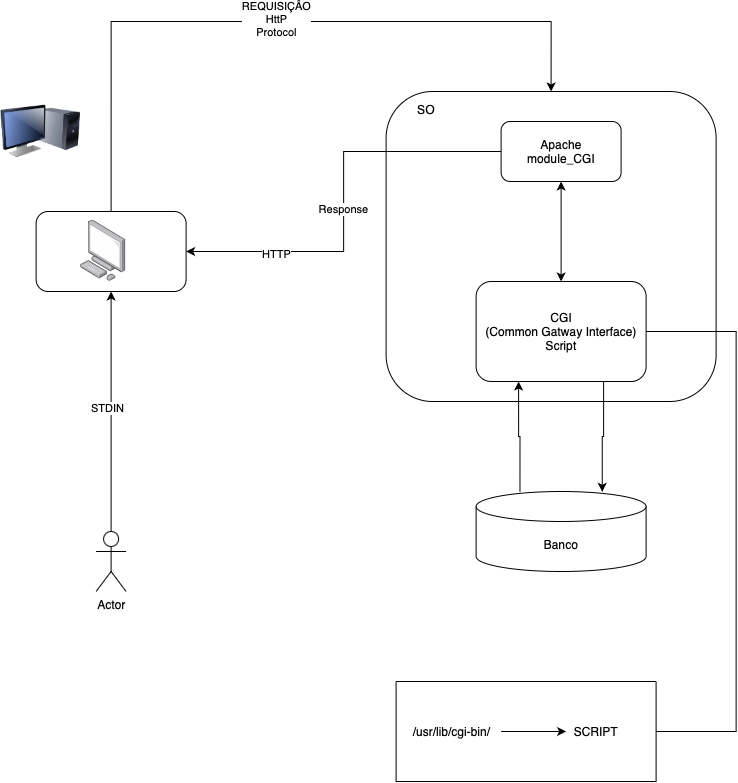
This is applications/Untitled Diagram.drawio.png from jottakayo/topology-diagrams, a draw.io export, as it was before one commit. Source tidied: cells renumbered, new cells last; positions are measured from the earlier drawing's top-left corner, leaving out a move shared by most shapes. Its diagram source:
```xml
<mxGraphModel>
  <root>
    <mxCell id="0" />
    <mxCell id="1" parent="0" />
    <mxCell id="2" style="edgeStyle=orthogonalEdgeStyle;rounded=0;jettySize=auto;html=1;entryX=0.5;entryY=0;entryDx=0;entryDy=0;startArrow=none;startFill=0;endArrow=classic;endFill=1;exitX=0.5;exitY=0;exitDx=0;exitDy=0;" parent="1" edge="1" source="4" target="5">
      <mxGeometry relative="1" as="geometry">
        <Array as="points">
          <mxPoint x="110.6" />
          <mxPoint x="550.6" />
        </Array>
      </mxGeometry>
    </mxCell>
    <mxCell id="3" value="REQUISIÇÂO&lt;div&gt;HttP&lt;/div&gt;&lt;div&gt;Protocol&lt;/div&gt;" style="edgeLabel;html=1;align=center;verticalAlign=middle;" parent="2" vertex="1">
      <mxGeometry x="0.02" y="3" relative="1" as="geometry" />
    </mxCell>
    <mxCell id="4" style="rounded=1;whiteSpace=wrap;html=1;" parent="1" vertex="1">
      <mxGeometry x="35.6" y="190" width="150" height="80" as="geometry" />
    </mxCell>
    <mxCell id="5" style="rounded=1;whiteSpace=wrap;html=1;" parent="1" vertex="1">
      <mxGeometry x="385.6" y="70" width="330" height="310" as="geometry" />
    </mxCell>
    <mxCell id="6" style="edgeStyle=orthogonalEdgeStyle;rounded=0;jettySize=auto;html=1;entryX=1;entryY=0.5;entryDx=0;entryDy=0;endArrow=none;startFill=0;exitX=1;exitY=0.5;exitDx=0;exitDy=0;" parent="1" edge="1" source="7" target="14">
      <mxGeometry relative="1" as="geometry">
        <Array as="points">
          <mxPoint x="735.6" y="310" />
          <mxPoint x="735.6" y="710" />
        </Array>
      </mxGeometry>
    </mxCell>
    <mxCell id="7" value="CGI&lt;div&gt;(Common Gatway Interface)&lt;/div&gt;&lt;div&gt;Script&lt;/div&gt;" style="rounded=1;whiteSpace=wrap;html=1;" parent="1" vertex="1">
      <mxGeometry x="475.6" y="260" width="170" height="100" as="geometry" />
    </mxCell>
    <mxCell id="8" style="edgeStyle=orthogonalEdgeStyle;rounded=0;jettySize=auto;html=1;entryX=0.25;entryY=1;entryDx=0;entryDy=0;exitX=0.258;exitY=0.004;exitDx=0;exitDy=0;exitPerimeter=0;" parent="1" edge="1" source="10" target="7">
      <mxGeometry relative="1" as="geometry" />
    </mxCell>
    <mxCell id="9" style="edgeStyle=orthogonalEdgeStyle;rounded=0;jettySize=auto;html=1;entryX=0.75;entryY=1;entryDx=0;entryDy=0;exitX=0.742;exitY=0.004;exitDx=0;exitDy=0;exitPerimeter=0;endArrow=none;startFill=1;startArrow=classic;" parent="1" edge="1" source="10" target="7">
      <mxGeometry relative="1" as="geometry" />
    </mxCell>
    <mxCell id="10" value="Banco" style="shape=cylinder3;whiteSpace=wrap;html=1;boundedLbl=1;backgroundOutline=1;size=15;" parent="1" vertex="1">
      <mxGeometry x="475.6" y="470" width="170" height="80" as="geometry" />
    </mxCell>
    <mxCell id="11" style="edgeStyle=orthogonalEdgeStyle;rounded=0;jettySize=auto;html=1;entryX=0.5;entryY=1;entryDx=0;entryDy=0;" parent="1" edge="1" source="13" target="4">
      <mxGeometry relative="1" as="geometry" />
    </mxCell>
    <mxCell id="12" value="STDIN" style="edgeLabel;html=1;align=center;verticalAlign=middle;" parent="11" vertex="1">
      <mxGeometry x="0.03" y="4" relative="1" as="geometry" />
    </mxCell>
    <mxCell id="13" value="Actor" style="shape=umlActor;verticalLabelPosition=bottom;verticalAlign=top;html=1;outlineConnect=0;" parent="1" vertex="1">
      <mxGeometry x="95.6" y="510" width="30" height="60" as="geometry" />
    </mxCell>
    <mxCell id="14" style="swimlane;startSize=0;" parent="1" vertex="1">
      <mxGeometry x="395.6" y="660" width="260" height="100" as="geometry" />
    </mxCell>
    <mxCell id="15" style="edgeStyle=orthogonalEdgeStyle;rounded=0;jettySize=auto;html=1;entryX=0;entryY=0.5;entryDx=0;entryDy=0;" parent="14" edge="1" source="16" target="17">
      <mxGeometry relative="1" as="geometry" />
    </mxCell>
    <mxCell id="16" value="/usr/lib/cgi-bin/" style="text;html=1;align=center;verticalAlign=middle;points=[];strokeColor=none;fillColor=none;" parent="14" vertex="1">
      <mxGeometry x="5" y="35" width="100" height="30" as="geometry" />
    </mxCell>
    <mxCell id="17" value="SCRIPT" style="text;html=1;align=center;verticalAlign=middle;whiteSpace=wrap;rounded=0;" parent="14" vertex="1">
      <mxGeometry x="170" y="35" width="60" height="30" as="geometry" />
    </mxCell>
    <mxCell id="18" value="SO&lt;div&gt;&lt;br&gt;&lt;/div&gt;" style="text;html=1;align=center;verticalAlign=middle;whiteSpace=wrap;rounded=0;" parent="1" vertex="1">
      <mxGeometry x="395.6" y="80" width="60" height="30" as="geometry" />
    </mxCell>
    <mxCell id="19" style="edgeStyle=orthogonalEdgeStyle;rounded=0;jettySize=auto;html=1;entryX=0.5;entryY=0;entryDx=0;entryDy=0;startArrow=classic;startFill=1;" parent="1" edge="1" source="23" target="7">
      <mxGeometry relative="1" as="geometry" />
    </mxCell>
    <mxCell id="20" style="edgeStyle=orthogonalEdgeStyle;rounded=0;jettySize=auto;html=1;entryX=1;entryY=0.5;entryDx=0;entryDy=0;" parent="1" edge="1" source="23" target="4">
      <mxGeometry relative="1" as="geometry" />
    </mxCell>
    <mxCell id="21" value="HTTP" style="edgeLabel;html=1;align=center;verticalAlign=middle;" parent="20" vertex="1">
      <mxGeometry x="0.56" y="2" relative="1" as="geometry" />
    </mxCell>
    <mxCell id="22" value="Response" style="edgeLabel;html=1;align=center;verticalAlign=middle;" parent="20" vertex="1">
      <mxGeometry x="0.04" y="-1" relative="1" as="geometry" />
    </mxCell>
    <mxCell id="23" value="Apache&lt;div&gt;module_CGI&lt;/div&gt;" style="rounded=1;whiteSpace=wrap;html=1;" parent="1" vertex="1">
      <mxGeometry x="500.6" y="100" width="120" height="60" as="geometry" />
    </mxCell>
    <mxCell id="24" style="image;html=1;align=center;shadow=0;dashed=0;image=img/lib/allied_telesis/computer_and_terminals/Personal_Computer.svg;" parent="1" vertex="1">
      <mxGeometry x="80" y="198.2" width="45.6" height="61.8" as="geometry" />
    </mxCell>
    <mxCell id="25" style="image;html=1;image=img/lib/clip_art/computers/Monitor_Tower_128x128.png;" parent="1" vertex="1">
      <mxGeometry y="70" width="80" height="80" as="geometry" />
    </mxCell>
  </root>
</mxGraphModel>
```
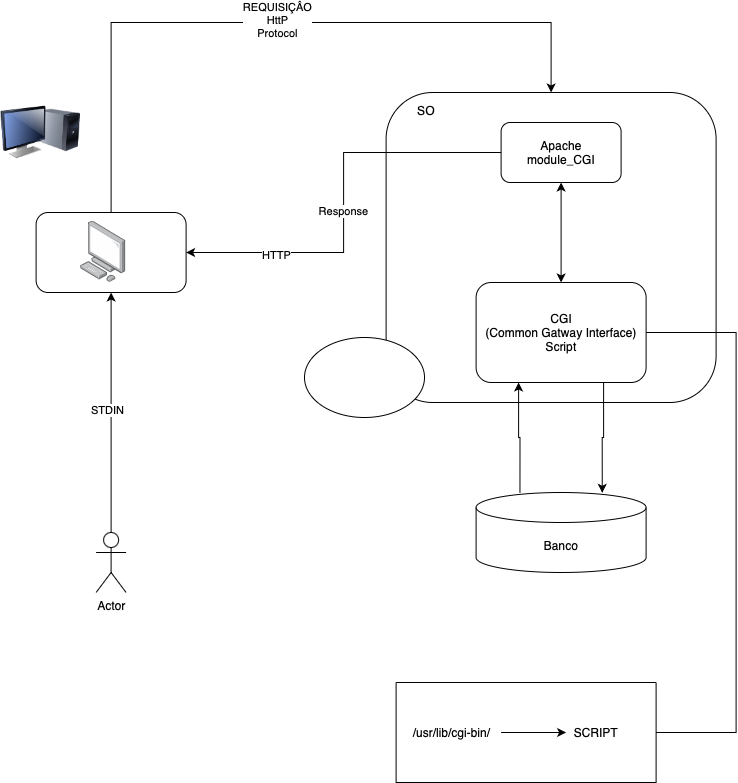
After the commit.

Diff of the diagram source:
```diff
@@ -84,5 +84,8 @@
     <mxCell id="25" style="image;html=1;image=img/lib/clip_art/computers/Monitor_Tower_128x128.png;" parent="1" vertex="1">
       <mxGeometry y="70" width="80" height="80" as="geometry" />
     </mxCell>
+    <mxCell id="26" style="ellipse;whiteSpace=wrap;html=1;" parent="1" vertex="1">
+      <mxGeometry x="304" y="315" width="120" height="80" as="geometry" />
+    </mxCell>
   </root>
 </mxGraphModel>
```
